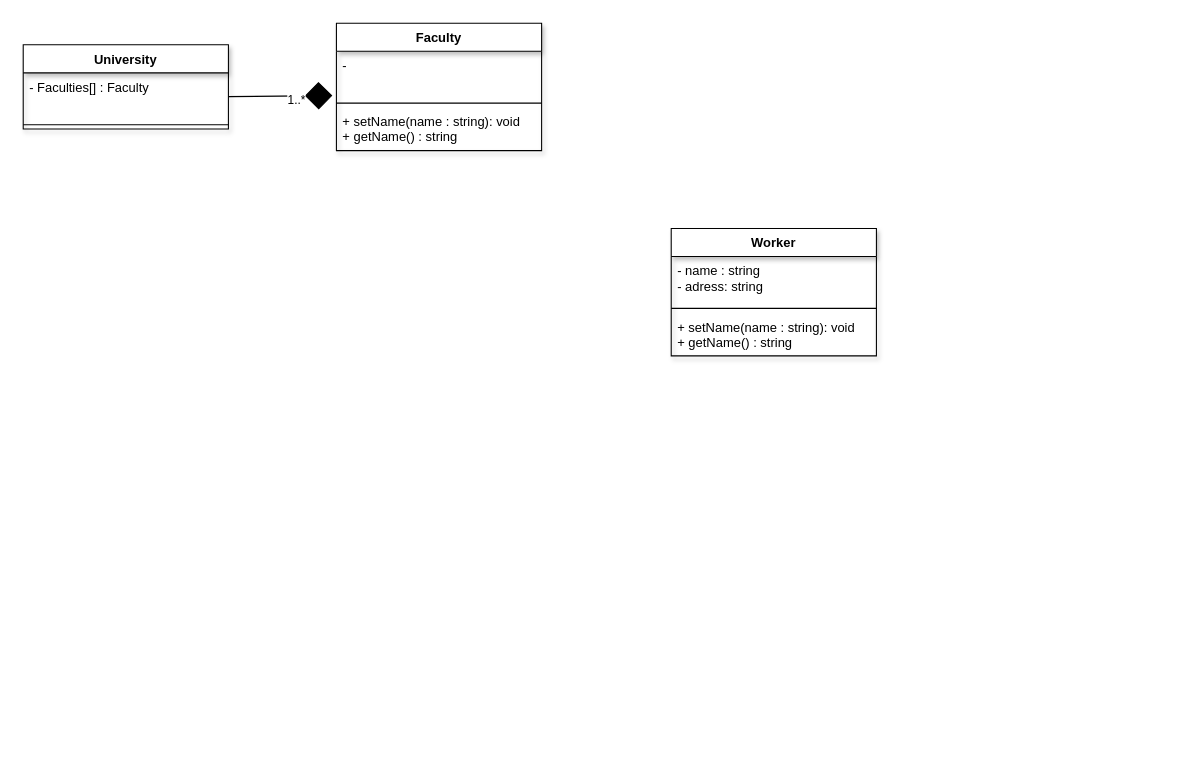
Earlier version of the draw.io diagram University.drawio (bkomarow1990/drawio). Source tidied: cells renumbered, new cells numbered last; positions are measured from the earlier drawing's top-left corner, leaving out a move shared by most shapes. Both pictures are drawn from the tidied source at 108%, with x=0, y=0 at pixel (23, 23).
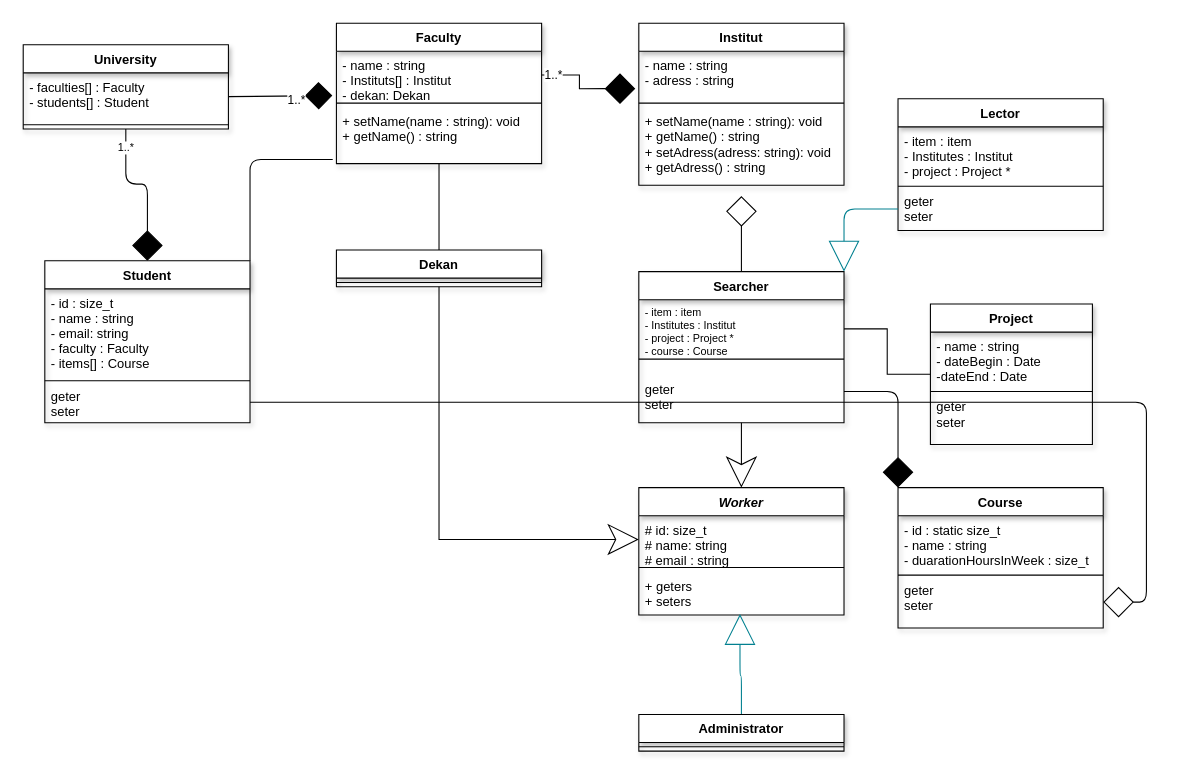
Above is the later version.

The change refers to these unchanged cells:
```xml
<mxCell id="12" value="University" style="swimlane;fontStyle=1;align=center;verticalAlign=top;horizontal=1;startSize=26;glass=0;shadow=1;" parent="1" vertex="1">
  <mxGeometry y="20" width="190" height="78" as="geometry" />
</mxCell>
```

The edit, as a diff of the source:
```diff
@@
+    <mxCell id="15" style="edgeStyle=orthogonalEdgeStyle;rounded=0;jettySize=auto;html=1;endArrow=none;endFill=0;endSize=26;entryX=0.5;entryY=0;entryDx=0;entryDy=0;" parent="1" edge="1" source="4" target="24">
+      <mxGeometry relative="1" as="geometry" />
+    </mxCell>
     <mxCell id="4" value="Faculty" style="swimlane;fontStyle=1;align=center;verticalAlign=top;horizontal=1;startSize=26;shadow=1;" parent="1" vertex="1">
-      <mxGeometry x="290" width="190" height="118" as="geometry" />
+      <mxGeometry x="290" width="190" height="130" as="geometry" />
     </mxCell>
-    <mxCell id="5" value="- " style="text;strokeColor=none;fillColor=none;align=left;verticalAlign=top;spacingLeft=4;spacingRight=4;overflow=hidden;points=[[0,0.5],[1,0.5]];portConstraint=eastwest;" parent="4" vertex="1">
+    <mxCell id="5" value="- name : string&#10;- Instituts[] : Institut&#10;- dekan: Dekan" style="text;strokeColor=none;fillColor=none;align=left;verticalAlign=top;spacingLeft=4;spacingRight=4;overflow=hidden;points=[[0,0.5],[1,0.5]];portConstraint=eastwest;" parent="4" vertex="1">
       <mxGeometry y="26" width="190" height="44" as="geometry" />
     </mxCell>
@@
     <mxCell id="7" value="+ setName(name : string): void&#10;+ getName() : string" style="text;strokeColor=none;fillColor=none;align=left;verticalAlign=top;spacingLeft=4;spacingRight=4;overflow=hidden;points=[[0,0.5],[1,0.5]];portConstraint=eastwest;" parent="4" vertex="1">
-      <mxGeometry y="78" width="190" height="40" as="geometry" />
+      <mxGeometry y="78" width="190" height="52" as="geometry" />
     </mxCell>
-    <mxCell id="8" value="Worker" style="swimlane;fontStyle=1;align=center;verticalAlign=top;horizontal=1;startSize=26;glass=0;rounded=0;shadow=1;" parent="1" vertex="1">
-      <mxGeometry x="600" y="190" width="190" height="118" as="geometry" />
+    <mxCell id="8" value="Worker" style="swimlane;fontStyle=3;align=center;verticalAlign=top;horizontal=1;startSize=26;glass=0;rounded=0;shadow=1;" parent="1" vertex="1">
+      <mxGeometry x="570" y="430" width="190" height="118" as="geometry" />
     </mxCell>
-    <mxCell id="9" value="- name : string&#10;- adress: string&#10;" style="text;strokeColor=none;fillColor=none;align=left;verticalAlign=top;spacingLeft=4;spacingRight=4;overflow=hidden;points=[[0,0.5],[1,0.5]];portConstraint=eastwest;" parent="8" vertex="1">
+    <mxCell id="9" value="# id: size_t&#10;# name: string&#10;# email : string" style="text;strokeColor=none;fillColor=none;align=left;verticalAlign=top;spacingLeft=4;spacingRight=4;overflow=hidden;points=[[0,0.5],[1,0.5]];portConstraint=eastwest;" parent="8" vertex="1">
       <mxGeometry y="26" width="190" height="44" as="geometry" />
     </mxCell>
@@
-    <mxCell id="11" value="+ setName(name : string): void&#10;+ getName() : string" style="text;strokeColor=none;fillColor=none;align=left;verticalAlign=top;spacingLeft=4;spacingRight=4;overflow=hidden;points=[[0,0.5],[1,0.5]];portConstraint=eastwest;" parent="8" vertex="1">
+    <mxCell id="11" value="+ geters &#10;+ seters" style="text;strokeColor=none;fillColor=none;align=left;verticalAlign=top;spacingLeft=4;spacingRight=4;overflow=hidden;points=[[0,0.5],[1,0.5]];portConstraint=eastwest;" parent="8" vertex="1">
       <mxGeometry y="78" width="190" height="40" as="geometry" />
     </mxCell>
+    <mxCell id="16" style="edgeStyle=orthogonalEdgeStyle;curved=0;rounded=1;sketch=0;jettySize=auto;html=1;exitX=0.5;exitY=1;exitDx=0;exitDy=0;entryX=0.5;entryY=0;entryDx=0;entryDy=0;endArrow=diamond;endFill=1;endSize=26;strokeColor=#000000;fillColor=#F45B69;fontSize=10;fontColor=#E4FDE1;" parent="1" edge="1" source="12" target="51">
+      <mxGeometry relative="1" as="geometry" />
+    </mxCell>
+    <mxCell id="17" value="&lt;font color=&quot;#000000&quot;&gt;1..*&lt;/font&gt;" style="edgeLabel;html=1;align=center;verticalAlign=middle;fontSize=10;fontColor=#E4FDE1;" parent="16" vertex="1">
+      <mxGeometry x="-0.77" y="-1" relative="1" as="geometry" />
+    </mxCell>
@@
-    <mxCell id="13" value="- Faculties[] : Faculty" style="text;strokeColor=none;fillColor=none;align=left;verticalAlign=top;spacingLeft=4;spacingRight=4;overflow=hidden;points=[[0,0.5],[1,0.5]];portConstraint=eastwest;" parent="12" vertex="1">
+    <mxCell id="13" value="- faculties[] : Faculty&#10;- students[] : Student" style="text;strokeColor=none;fillColor=none;align=left;verticalAlign=top;spacingLeft=4;spacingRight=4;overflow=hidden;points=[[0,0.5],[1,0.5]];portConstraint=eastwest;" parent="12" vertex="1">
       <mxGeometry y="26" width="190" height="44" as="geometry" />
     </mxCell>
@@
+    <mxCell id="18" value="Institut" style="swimlane;fontStyle=1;align=center;verticalAlign=top;horizontal=1;startSize=26;shadow=1;" parent="1" vertex="1">
+      <mxGeometry x="570" width="190" height="150" as="geometry" />
+    </mxCell>
+    <mxCell id="19" value="- name : string&#10;- adress : string" style="text;strokeColor=none;fillColor=none;align=left;verticalAlign=top;spacingLeft=4;spacingRight=4;overflow=hidden;points=[[0,0.5],[1,0.5]];portConstraint=eastwest;" parent="18" vertex="1">
+      <mxGeometry y="26" width="190" height="44" as="geometry" />
+    </mxCell>
+    <mxCell id="20" style="line;strokeWidth=1;fillColor=none;align=left;verticalAlign=middle;spacingTop=-1;spacingLeft=3;spacingRight=3;labelPosition=right;" parent="18" vertex="1">
+      <mxGeometry y="70" width="190" height="8" as="geometry" />
+    </mxCell>
+    <mxCell id="21" value="+ setName(name : string): void&#10;+ getName() : string&#10;+ setAdress(adress: string): void&#10;+ getAdress() : string&#10;" style="text;strokeColor=none;fillColor=none;align=left;verticalAlign=top;spacingLeft=4;spacingRight=4;overflow=hidden;" parent="18" vertex="1">
+      <mxGeometry y="78" width="190" height="72" as="geometry" />
+    </mxCell>
+    <mxCell id="22" style="edgeStyle=orthogonalEdgeStyle;rounded=0;jettySize=auto;html=1;entryX=-0.017;entryY=0.786;entryDx=0;entryDy=0;entryPerimeter=0;endArrow=diamond;endFill=1;endSize=26;verticalAlign=middle;" parent="1" edge="1" source="5" target="19">
+      <mxGeometry relative="1" as="geometry" />
+    </mxCell>
+    <mxCell id="23" value="1..*" style="edgeLabel;html=1;align=center;verticalAlign=middle;" parent="22" vertex="1">
+      <mxGeometry x="-0.79" y="1" relative="1" as="geometry" />
+    </mxCell>
+    <mxCell id="24" value="Dekan" style="swimlane;fontStyle=1;align=center;verticalAlign=top;horizontal=1;startSize=26;glass=0;rounded=0;shadow=1;" parent="1" vertex="1">
+      <mxGeometry x="290" y="210" width="190" height="34" as="geometry" />
+    </mxCell>
+    <mxCell id="25" style="line;strokeWidth=1;fillColor=none;align=left;verticalAlign=middle;spacingTop=-1;spacingLeft=3;spacingRight=3;labelPosition=right;" parent="24" vertex="1">
+      <mxGeometry y="26" width="190" height="8" as="geometry" />
+    </mxCell>
+    <mxCell id="26" style="edgeStyle=orthogonalEdgeStyle;rounded=0;jettySize=auto;html=1;entryX=0;entryY=0.5;entryDx=0;entryDy=0;endArrow=classic;endFill=0;endSize=26;exitX=0.5;exitY=1;exitDx=0;exitDy=0;" parent="1" edge="1" source="24" target="9">
+      <mxGeometry relative="1" as="geometry" />
+    </mxCell>
+    <mxCell id="27" style="edgeStyle=orthogonalEdgeStyle;rounded=0;jettySize=auto;html=1;entryX=0.5;entryY=0;entryDx=0;entryDy=0;endArrow=classic;endFill=0;endSize=26;" parent="1" edge="1" source="29" target="8">
+      <mxGeometry relative="1" as="geometry" />
+    </mxCell>
+    <mxCell id="28" style="edgeStyle=orthogonalEdgeStyle;rounded=0;jettySize=auto;html=1;exitX=0.5;exitY=0;exitDx=0;exitDy=0;endArrow=diamond;endFill=0;endSize=26;" parent="1" edge="1" source="29">
+      <mxGeometry relative="1" as="geometry">
+        <mxPoint x="665" y="160" as="targetPoint" />
+      </mxGeometry>
+    </mxCell>
+    <mxCell id="29" value="Searcher" style="swimlane;fontStyle=1;align=center;verticalAlign=top;horizontal=1;startSize=26;shadow=1;" parent="1" vertex="1">
+      <mxGeometry x="570" y="230" width="190" height="140" as="geometry" />
+    </mxCell>
+    <mxCell id="30" value="- item : item&#10;- Institutes : Institut&#10;- project : Project *&#10;- course : Course" style="text;strokeColor=none;fillColor=none;align=left;verticalAlign=top;spacingLeft=4;spacingRight=4;overflow=hidden;points=[[0,0.5],[1,0.5]];portConstraint=eastwest;fontSize=10;" parent="29" vertex="1">
+      <mxGeometry y="26" width="190" height="54" as="geometry" />
+    </mxCell>
+    <mxCell id="31" style="line;strokeWidth=1;fillColor=none;align=left;verticalAlign=middle;spacingTop=-1;spacingLeft=3;spacingRight=3;labelPosition=right;" parent="29" vertex="1">
+      <mxGeometry y="80" width="190" height="2" as="geometry" />
+    </mxCell>
+    <mxCell id="32" value="&#10;geter&#10;seter" style="text;strokeColor=none;fillColor=none;align=left;verticalAlign=top;spacingLeft=4;spacingRight=4;overflow=hidden;points=[[0,0.5],[1,0.5]];portConstraint=eastwest;" parent="29" vertex="1">
+      <mxGeometry y="82" width="190" height="58" as="geometry" />
+    </mxCell>
+    <mxCell id="33" value="Project" style="swimlane;fontStyle=1;align=center;verticalAlign=top;horizontal=1;startSize=26;shadow=1;" parent="1" vertex="1">
+      <mxGeometry x="840" y="260" width="150" height="130" as="geometry" />
+    </mxCell>
+    <mxCell id="34" value="- name : string&#10;- dateBegin : Date&#10;-dateEnd : Date" style="text;strokeColor=none;fillColor=none;align=left;verticalAlign=top;spacingLeft=4;spacingRight=4;overflow=hidden;" parent="33" vertex="1">
+      <mxGeometry y="26" width="150" height="54" as="geometry" />
+    </mxCell>
+    <mxCell id="35" style="line;strokeWidth=1;fillColor=none;align=left;verticalAlign=middle;spacingTop=-1;spacingLeft=3;spacingRight=3;labelPosition=right;" parent="33" vertex="1">
+      <mxGeometry y="80" width="150" height="2" as="geometry" />
+    </mxCell>
+    <mxCell id="36" value="geter&#10;seter" style="text;strokeColor=none;fillColor=none;align=left;verticalAlign=top;spacingLeft=4;spacingRight=4;overflow=hidden;" parent="33" vertex="1">
+      <mxGeometry y="82" width="150" height="48" as="geometry" />
+    </mxCell>
+    <mxCell id="37" style="edgeStyle=orthogonalEdgeStyle;rounded=0;jettySize=auto;html=1;entryX=0;entryY=0.5;entryDx=0;entryDy=0;endArrow=none;endFill=0;endSize=26;" parent="1" edge="1" source="30" target="33">
+      <mxGeometry relative="1" as="geometry" />
+    </mxCell>
+    <mxCell id="38" style="edgeStyle=orthogonalEdgeStyle;curved=0;rounded=1;sketch=0;jettySize=auto;html=1;exitX=0.5;exitY=0;exitDx=0;exitDy=0;entryX=0.493;entryY=0.975;entryDx=0;entryDy=0;entryPerimeter=0;strokeColor=#028090;fillColor=#F45B69;fontColor=#E4FDE1;endArrow=block;endFill=0;endSize=26;" parent="1" edge="1" source="39" target="11">
+      <mxGeometry relative="1" as="geometry" />
+    </mxCell>
+    <mxCell id="39" value="Administrator" style="swimlane;fontStyle=1;align=center;verticalAlign=top;horizontal=1;startSize=26;glass=0;rounded=0;shadow=1;" parent="1" vertex="1">
+      <mxGeometry x="570" y="640" width="190" height="34" as="geometry" />
+    </mxCell>
+    <mxCell id="40" style="line;strokeWidth=1;fillColor=none;align=left;verticalAlign=middle;spacingTop=-1;spacingLeft=3;spacingRight=3;labelPosition=right;" parent="39" vertex="1">
+      <mxGeometry y="26" width="190" height="8" as="geometry" />
+    </mxCell>
+    <mxCell id="41" value="Lector" style="swimlane;fontStyle=1;align=center;verticalAlign=top;horizontal=1;startSize=26;shadow=1;" parent="1" vertex="1">
+      <mxGeometry x="810" y="70" width="190" height="122" as="geometry" />
+    </mxCell>
+    <mxCell id="42" value="- item : item&#10;- Institutes : Institut&#10;- project : Project *" style="text;strokeColor=none;fillColor=none;align=left;verticalAlign=top;spacingLeft=4;spacingRight=4;overflow=hidden;" parent="41" vertex="1">
+      <mxGeometry y="26" width="190" height="54" as="geometry" />
+    </mxCell>
+    <mxCell id="43" style="line;strokeWidth=1;fillColor=none;align=left;verticalAlign=middle;spacingTop=-1;spacingLeft=3;spacingRight=3;labelPosition=right;" parent="41" vertex="1">
+      <mxGeometry y="80" width="190" height="2" as="geometry" />
+    </mxCell>
+    <mxCell id="44" value="geter&#10;seter" style="text;strokeColor=none;fillColor=none;align=left;verticalAlign=top;spacingLeft=4;spacingRight=4;overflow=hidden;points=[[0,0.5],[1,0.5]];portConstraint=eastwest;" parent="41" vertex="1">
+      <mxGeometry y="82" width="190" height="40" as="geometry" />
+    </mxCell>
+    <mxCell id="45" style="edgeStyle=orthogonalEdgeStyle;curved=0;rounded=1;sketch=0;jettySize=auto;html=1;exitX=0;exitY=0.5;exitDx=0;exitDy=0;entryX=1;entryY=0;entryDx=0;entryDy=0;endArrow=block;endFill=0;endSize=26;strokeColor=#028090;fillColor=#F45B69;fontColor=#E4FDE1;" parent="1" edge="1" source="44" target="29">
+      <mxGeometry relative="1" as="geometry" />
+    </mxCell>
+    <mxCell id="46" value="Course" style="swimlane;fontStyle=1;align=center;verticalAlign=top;horizontal=1;startSize=26;shadow=1;" parent="1" vertex="1">
+      <mxGeometry x="810" y="430" width="190" height="130" as="geometry" />
+    </mxCell>
+    <mxCell id="47" value="- id : static size_t&#10;- name : string &#10;- duarationHoursInWeek : size_t" style="text;strokeColor=none;fillColor=none;align=left;verticalAlign=top;spacingLeft=4;spacingRight=4;overflow=hidden;" parent="46" vertex="1">
+      <mxGeometry y="26" width="190" height="54" as="geometry" />
+    </mxCell>
+    <mxCell id="48" style="line;strokeWidth=1;fillColor=none;align=left;verticalAlign=middle;spacingTop=-1;spacingLeft=3;spacingRight=3;labelPosition=right;" parent="46" vertex="1">
+      <mxGeometry y="80" width="190" height="2" as="geometry" />
+    </mxCell>
+    <mxCell id="49" value="geter&#10;seter" style="text;strokeColor=none;fillColor=none;align=left;verticalAlign=top;spacingLeft=4;spacingRight=4;overflow=hidden;points=[[0,0.5],[1,0.5]];portConstraint=eastwest;" parent="46" vertex="1">
+      <mxGeometry y="82" width="190" height="48" as="geometry" />
+    </mxCell>
+    <mxCell id="50" style="edgeStyle=orthogonalEdgeStyle;curved=0;rounded=1;sketch=0;jettySize=auto;html=1;exitX=1;exitY=0;exitDx=0;exitDy=0;entryX=-0.018;entryY=0.926;entryDx=0;entryDy=0;entryPerimeter=0;endArrow=none;endFill=0;endSize=26;strokeColor=#000000;fillColor=#F45B69;fontSize=10;fontColor=#E4FDE1;" parent="1" edge="1" source="51" target="7">
+      <mxGeometry relative="1" as="geometry" />
+    </mxCell>
+    <mxCell id="51" value="Student" style="swimlane;fontStyle=1;align=center;verticalAlign=top;horizontal=1;startSize=26;shadow=1;" parent="1" vertex="1">
+      <mxGeometry x="20" y="220" width="190" height="150" as="geometry" />
+    </mxCell>
+    <mxCell id="52" value="- id : size_t&#10;- name : string &#10;- email: string&#10;- faculty : Faculty&#10;- items[] : Course" style="text;strokeColor=none;fillColor=none;align=left;verticalAlign=top;spacingLeft=4;spacingRight=4;overflow=hidden;" parent="51" vertex="1">
+      <mxGeometry y="26" width="190" height="84" as="geometry" />
+    </mxCell>
+    <mxCell id="53" style="line;strokeWidth=1;fillColor=none;align=left;verticalAlign=middle;spacingTop=-1;spacingLeft=3;spacingRight=3;labelPosition=right;" parent="51" vertex="1">
+      <mxGeometry y="110" width="190" height="2" as="geometry" />
+    </mxCell>
+    <mxCell id="54" value="geter&#10;seter" style="text;strokeColor=none;fillColor=none;align=left;verticalAlign=top;spacingLeft=4;spacingRight=4;overflow=hidden;points=[[0,0.5],[1,0.5]];portConstraint=eastwest;" parent="51" vertex="1">
+      <mxGeometry y="112" width="190" height="38" as="geometry" />
+    </mxCell>
+    <mxCell id="55" style="edgeStyle=orthogonalEdgeStyle;curved=0;rounded=1;sketch=0;jettySize=auto;html=1;entryX=0;entryY=0;entryDx=0;entryDy=0;endArrow=diamond;endFill=1;endSize=26;fillColor=#F45B69;fontSize=10;fontColor=#E4FDE1;" parent="1" edge="1" source="32" target="46">
+      <mxGeometry relative="1" as="geometry" />
+    </mxCell>
+    <mxCell id="56" style="edgeStyle=orthogonalEdgeStyle;curved=0;rounded=1;sketch=0;jettySize=auto;html=1;exitX=1;exitY=0.5;exitDx=0;exitDy=0;entryX=1;entryY=0.5;entryDx=0;entryDy=0;endArrow=diamond;endFill=0;endSize=26;strokeColor=#000000;fillColor=#F45B69;fontSize=10;fontColor=#E4FDE1;" parent="1" edge="1" source="54" target="49">
+      <mxGeometry relative="1" as="geometry" />
+    </mxCell>
```
